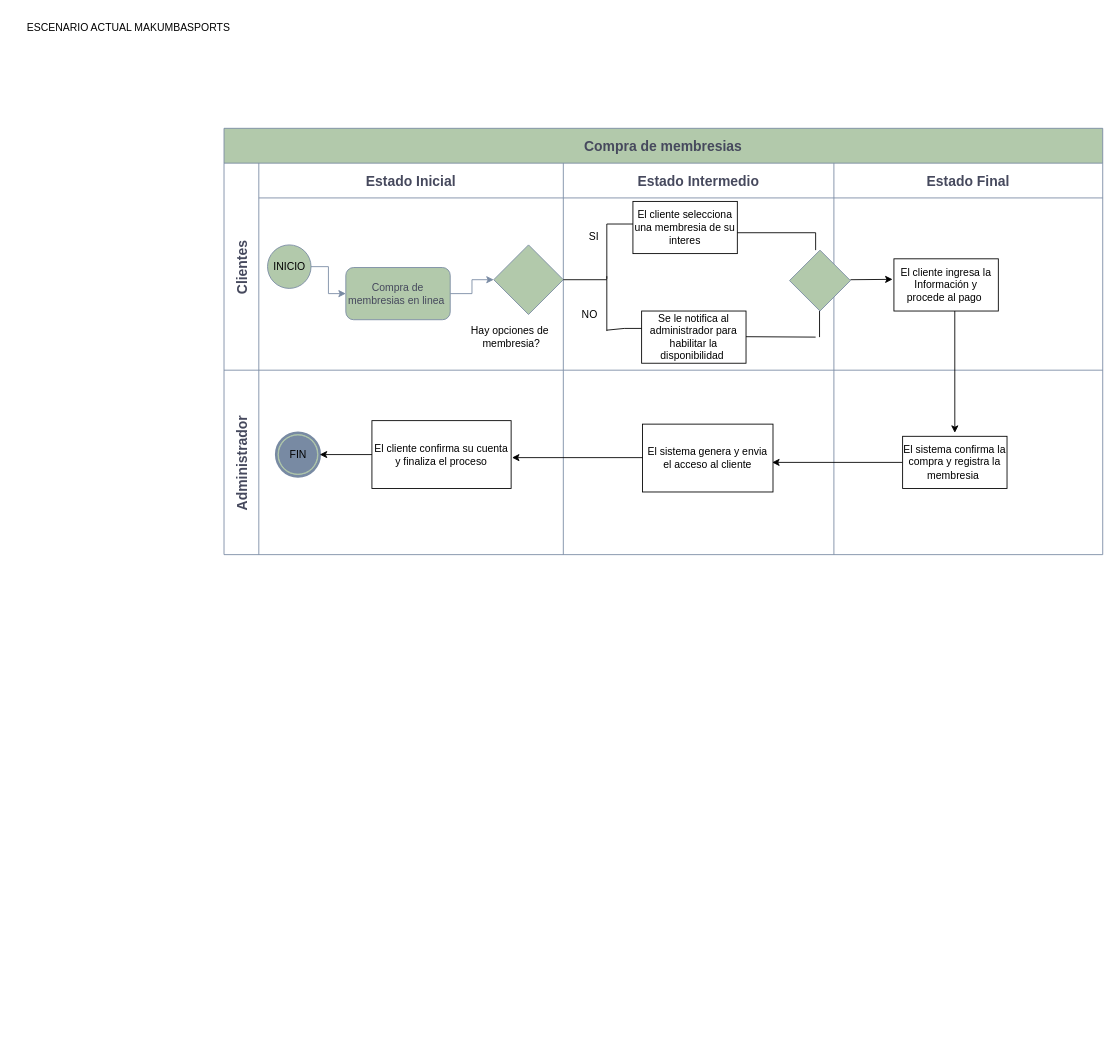
Above: page "MODELO BOMN-ACTUAL" (1 of 5) of 1.Planear/MAKUMBASPORTS.drawio in Ale-pool/MAKUMBASPORTS (draw.io), before the change. Source tidied: cells renumbered, new cells numbered last; positions are measured from the earlier drawing's top-left corner, leaving out a move shared by most shapes. Both pictures are drawn from the tidied source at 87%, with x=0, y=0 at pixel (15, 15).
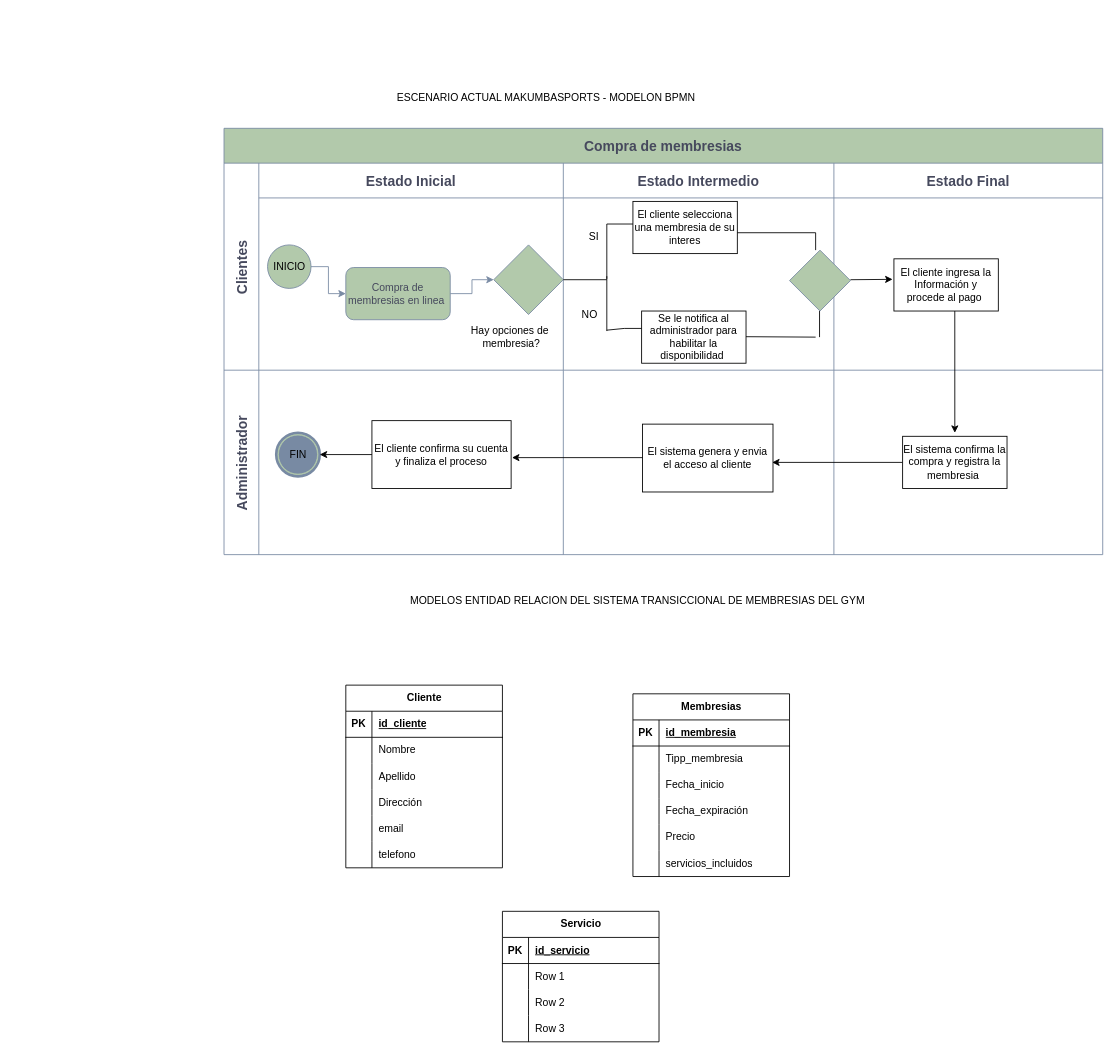
Above is the later version.

Commit message (it also covers changes not shown here):
desarrollo de diferentes arquictecturas

Diff of the diagram source:
```diff
@@
-    <mxCell id="2" value="ESCENARIO ACTUAL MAKUMBASPORTS" style="text;html=1;align=center;verticalAlign=middle;strokeColor=none;fillColor=none;" parent="1" vertex="1">
-      <mxGeometry width="260" height="30" as="geometry" />
+    <mxCell id="2" value="ESCENARIO ACTUAL MAKUMBASPORTS - MODELON BPMN" style="text;html=1;align=center;verticalAlign=middle;strokeColor=none;fillColor=none;" parent="1" vertex="1">
+      <mxGeometry x="425" y="80" width="370" height="30" as="geometry" />
     </mxCell>
@@
+    <mxCell id="44" value="MODELOS ENTIDAD RELACION DEL SISTEMA TRANSICCIONAL DE MEMBRESIAS DEL GYM&lt;div&gt;&lt;br&gt;&lt;/div&gt;" style="text;html=1;align=center;verticalAlign=middle;strokeColor=none;fillColor=none;" parent="1" vertex="1">
+      <mxGeometry x="440" y="660" width="550" height="40" as="geometry" />
+    </mxCell>
+    <mxCell id="45" value="Cliente" style="shape=table;startSize=30;childLayout=tableLayout;rowLines=0;fontStyle=1;align=center;html=1;" parent="1" vertex="1">
+      <mxGeometry x="380" y="770" width="180" height="210" as="geometry" />
+    </mxCell>
+    <mxCell id="46" style="shape=tableRow;horizontal=0;startSize=0;swimlaneHead=0;swimlaneBody=0;fillColor=none;top=0;left=0;right=0;bottom=1;" parent="45" vertex="1">
+      <mxGeometry y="30" width="180" height="30" as="geometry" />
+    </mxCell>
+    <mxCell id="47" value="PK" style="shape=partialRectangle;fillColor=none;top=0;left=0;bottom=0;right=0;fontStyle=1;overflow=hidden;whiteSpace=wrap;html=1;" parent="46" vertex="1">
+      <mxGeometry width="30" height="30" as="geometry" />
+    </mxCell>
+    <mxCell id="48" value="id_cliente" style="shape=partialRectangle;fillColor=none;top=0;left=0;bottom=0;right=0;align=left;spacingLeft=6;fontStyle=5;overflow=hidden;whiteSpace=wrap;html=1;" parent="46" vertex="1">
+      <mxGeometry x="30" width="150" height="30" as="geometry" />
+    </mxCell>
+    <mxCell id="49" style="shape=tableRow;horizontal=0;startSize=0;swimlaneHead=0;swimlaneBody=0;fillColor=none;top=0;left=0;right=0;bottom=0;" parent="45" vertex="1">
+      <mxGeometry y="60" width="180" height="30" as="geometry" />
+    </mxCell>
+    <mxCell id="50" style="shape=partialRectangle;fillColor=none;top=0;left=0;bottom=0;right=0;overflow=hidden;whiteSpace=wrap;html=1;" parent="49" vertex="1">
+      <mxGeometry width="30" height="30" as="geometry" />
+    </mxCell>
+    <mxCell id="51" value="Nombre" style="shape=partialRectangle;fillColor=none;top=0;left=0;bottom=0;right=0;align=left;spacingLeft=6;overflow=hidden;whiteSpace=wrap;html=1;" parent="49" vertex="1">
+      <mxGeometry x="30" width="150" height="30" as="geometry" />
+    </mxCell>
+    <mxCell id="52" style="shape=tableRow;horizontal=0;startSize=0;swimlaneHead=0;swimlaneBody=0;fillColor=none;top=0;left=0;right=0;bottom=0;" parent="45" vertex="1">
+      <mxGeometry y="90" width="180" height="30" as="geometry" />
+    </mxCell>
+    <mxCell id="53" style="shape=partialRectangle;fillColor=none;top=0;left=0;bottom=0;right=0;overflow=hidden;whiteSpace=wrap;html=1;" parent="52" vertex="1">
+      <mxGeometry width="30" height="30" as="geometry" />
+    </mxCell>
+    <mxCell id="54" value="Apellido" style="shape=partialRectangle;fillColor=none;top=0;left=0;bottom=0;right=0;align=left;spacingLeft=6;overflow=hidden;whiteSpace=wrap;html=1;" parent="52" vertex="1">
+      <mxGeometry x="30" width="150" height="30" as="geometry" />
+    </mxCell>
+    <mxCell id="55" style="shape=tableRow;horizontal=0;startSize=0;swimlaneHead=0;swimlaneBody=0;fillColor=none;top=0;left=0;right=0;bottom=0;" parent="45" vertex="1">
+      <mxGeometry y="120" width="180" height="30" as="geometry" />
+    </mxCell>
+    <mxCell id="56" style="shape=partialRectangle;fillColor=none;top=0;left=0;bottom=0;right=0;overflow=hidden;whiteSpace=wrap;html=1;" parent="55" vertex="1">
+      <mxGeometry width="30" height="30" as="geometry" />
+    </mxCell>
+    <mxCell id="57" value="Dirección" style="shape=partialRectangle;fillColor=none;top=0;left=0;bottom=0;right=0;align=left;spacingLeft=6;overflow=hidden;whiteSpace=wrap;html=1;" parent="55" vertex="1">
+      <mxGeometry x="30" width="150" height="30" as="geometry" />
+    </mxCell>
+    <mxCell id="58" style="shape=tableRow;horizontal=0;startSize=0;swimlaneHead=0;swimlaneBody=0;fillColor=none;top=0;left=0;right=0;bottom=0;" parent="45" vertex="1">
+      <mxGeometry y="150" width="180" height="30" as="geometry" />
+    </mxCell>
+    <mxCell id="59" style="shape=partialRectangle;fillColor=none;top=0;left=0;bottom=0;right=0;overflow=hidden;whiteSpace=wrap;html=1;" parent="58" vertex="1">
+      <mxGeometry width="30" height="30" as="geometry" />
+    </mxCell>
+    <mxCell id="60" value="email" style="shape=partialRectangle;fillColor=none;top=0;left=0;bottom=0;right=0;align=left;spacingLeft=6;overflow=hidden;whiteSpace=wrap;html=1;" parent="58" vertex="1">
+      <mxGeometry x="30" width="150" height="30" as="geometry" />
+    </mxCell>
+    <mxCell id="61" style="shape=tableRow;horizontal=0;startSize=0;swimlaneHead=0;swimlaneBody=0;fillColor=none;top=0;left=0;right=0;bottom=0;" parent="45" vertex="1">
+      <mxGeometry y="180" width="180" height="30" as="geometry" />
+    </mxCell>
+    <mxCell id="62" style="shape=partialRectangle;fillColor=none;top=0;left=0;bottom=0;right=0;overflow=hidden;whiteSpace=wrap;html=1;" parent="61" vertex="1">
+      <mxGeometry width="30" height="30" as="geometry" />
+    </mxCell>
+    <mxCell id="63" value="telefono" style="shape=partialRectangle;fillColor=none;top=0;left=0;bottom=0;right=0;align=left;spacingLeft=6;overflow=hidden;whiteSpace=wrap;html=1;" parent="61" vertex="1">
+      <mxGeometry x="30" width="150" height="30" as="geometry" />
+    </mxCell>
+    <mxCell id="64" value="Membresias" style="shape=table;startSize=30;childLayout=tableLayout;rowLines=0;fontStyle=1;align=center;html=1;" parent="1" vertex="1">
+      <mxGeometry x="710" y="780" width="180" height="210" as="geometry" />
+    </mxCell>
+    <mxCell id="65" style="shape=tableRow;horizontal=0;startSize=0;swimlaneHead=0;swimlaneBody=0;fillColor=none;top=0;left=0;right=0;bottom=1;" parent="64" vertex="1">
+      <mxGeometry y="30" width="180" height="30" as="geometry" />
+    </mxCell>
+    <mxCell id="66" value="PK" style="shape=partialRectangle;fillColor=none;top=0;left=0;bottom=0;right=0;fontStyle=1;overflow=hidden;whiteSpace=wrap;html=1;" parent="65" vertex="1">
+      <mxGeometry width="30" height="30" as="geometry" />
+    </mxCell>
+    <mxCell id="67" value="id_membresia" style="shape=partialRectangle;fillColor=none;top=0;left=0;bottom=0;right=0;align=left;spacingLeft=6;fontStyle=5;overflow=hidden;whiteSpace=wrap;html=1;" parent="65" vertex="1">
+      <mxGeometry x="30" width="150" height="30" as="geometry" />
+    </mxCell>
+    <mxCell id="68" style="shape=tableRow;horizontal=0;startSize=0;swimlaneHead=0;swimlaneBody=0;fillColor=none;top=0;left=0;right=0;bottom=0;" parent="64" vertex="1">
+      <mxGeometry y="60" width="180" height="30" as="geometry" />
+    </mxCell>
+    <mxCell id="69" style="shape=partialRectangle;fillColor=none;top=0;left=0;bottom=0;right=0;overflow=hidden;whiteSpace=wrap;html=1;" parent="68" vertex="1">
+      <mxGeometry width="30" height="30" as="geometry" />
+    </mxCell>
+    <mxCell id="70" value="Tipp_membresia" style="shape=partialRectangle;fillColor=none;top=0;left=0;bottom=0;right=0;align=left;spacingLeft=6;overflow=hidden;whiteSpace=wrap;html=1;" parent="68" vertex="1">
+      <mxGeometry x="30" width="150" height="30" as="geometry" />
+    </mxCell>
+    <mxCell id="71" style="shape=tableRow;horizontal=0;startSize=0;swimlaneHead=0;swimlaneBody=0;fillColor=none;top=0;left=0;right=0;bottom=0;" parent="64" vertex="1">
+      <mxGeometry y="90" width="180" height="30" as="geometry" />
+    </mxCell>
+    <mxCell id="72" style="shape=partialRectangle;fillColor=none;top=0;left=0;bottom=0;right=0;overflow=hidden;whiteSpace=wrap;html=1;" parent="71" vertex="1">
+      <mxGeometry width="30" height="30" as="geometry" />
+    </mxCell>
+    <mxCell id="73" value="Fecha_inicio" style="shape=partialRectangle;fillColor=none;top=0;left=0;bottom=0;right=0;align=left;spacingLeft=6;overflow=hidden;whiteSpace=wrap;html=1;" parent="71" vertex="1">
+      <mxGeometry x="30" width="150" height="30" as="geometry" />
+    </mxCell>
+    <mxCell id="74" style="shape=tableRow;horizontal=0;startSize=0;swimlaneHead=0;swimlaneBody=0;fillColor=none;top=0;left=0;right=0;bottom=0;" parent="64" vertex="1">
+      <mxGeometry y="120" width="180" height="30" as="geometry" />
+    </mxCell>
+    <mxCell id="75" style="shape=partialRectangle;fillColor=none;top=0;left=0;bottom=0;right=0;overflow=hidden;whiteSpace=wrap;html=1;" parent="74" vertex="1">
+      <mxGeometry width="30" height="30" as="geometry" />
+    </mxCell>
+    <mxCell id="76" value="Fecha_expiración" style="shape=partialRectangle;fillColor=none;top=0;left=0;bottom=0;right=0;align=left;spacingLeft=6;overflow=hidden;whiteSpace=wrap;html=1;" parent="74" vertex="1">
+      <mxGeometry x="30" width="150" height="30" as="geometry" />
+    </mxCell>
+    <mxCell id="77" style="shape=tableRow;horizontal=0;startSize=0;swimlaneHead=0;swimlaneBody=0;fillColor=none;top=0;left=0;right=0;bottom=0;" parent="64" vertex="1">
+      <mxGeometry y="150" width="180" height="30" as="geometry" />
+    </mxCell>
+    <mxCell id="78" style="shape=partialRectangle;fillColor=none;top=0;left=0;bottom=0;right=0;overflow=hidden;whiteSpace=wrap;html=1;" parent="77" vertex="1">
+      <mxGeometry width="30" height="30" as="geometry" />
+    </mxCell>
+    <mxCell id="79" value="Precio" style="shape=partialRectangle;fillColor=none;top=0;left=0;bottom=0;right=0;align=left;spacingLeft=6;overflow=hidden;whiteSpace=wrap;html=1;" parent="77" vertex="1">
+      <mxGeometry x="30" width="150" height="30" as="geometry" />
+    </mxCell>
+    <mxCell id="80" style="shape=tableRow;horizontal=0;startSize=0;swimlaneHead=0;swimlaneBody=0;fillColor=none;top=0;left=0;right=0;bottom=0;" parent="64" vertex="1">
+      <mxGeometry y="180" width="180" height="30" as="geometry" />
+    </mxCell>
+    <mxCell id="81" style="shape=partialRectangle;fillColor=none;top=0;left=0;bottom=0;right=0;overflow=hidden;whiteSpace=wrap;html=1;" parent="80" vertex="1">
+      <mxGeometry width="30" height="30" as="geometry" />
+    </mxCell>
+    <mxCell id="82" value="servicios_incluidos" style="shape=partialRectangle;fillColor=none;top=0;left=0;bottom=0;right=0;align=left;spacingLeft=6;overflow=hidden;whiteSpace=wrap;html=1;" parent="80" vertex="1">
+      <mxGeometry x="30" width="150" height="30" as="geometry" />
+    </mxCell>
+    <mxCell id="83" value="Servicio" style="shape=table;startSize=30;childLayout=tableLayout;rowLines=0;fontStyle=1;align=center;html=1;" parent="1" vertex="1">
+      <mxGeometry x="560" y="1030" width="180" height="150" as="geometry" />
+    </mxCell>
+    <mxCell id="84" style="shape=tableRow;horizontal=0;startSize=0;swimlaneHead=0;swimlaneBody=0;fillColor=none;top=0;left=0;right=0;bottom=1;" parent="83" vertex="1">
+      <mxGeometry y="30" width="180" height="30" as="geometry" />
+    </mxCell>
+    <mxCell id="85" value="PK" style="shape=partialRectangle;fillColor=none;top=0;left=0;bottom=0;right=0;fontStyle=1;overflow=hidden;whiteSpace=wrap;html=1;" parent="84" vertex="1">
+      <mxGeometry width="30" height="30" as="geometry" />
+    </mxCell>
+    <mxCell id="86" value="id_servicio" style="shape=partialRectangle;fillColor=none;top=0;left=0;bottom=0;right=0;align=left;spacingLeft=6;fontStyle=5;overflow=hidden;whiteSpace=wrap;html=1;" parent="84" vertex="1">
+      <mxGeometry x="30" width="150" height="30" as="geometry" />
+    </mxCell>
+    <mxCell id="87" style="shape=tableRow;horizontal=0;startSize=0;swimlaneHead=0;swimlaneBody=0;fillColor=none;top=0;left=0;right=0;bottom=0;" parent="83" vertex="1">
+      <mxGeometry y="60" width="180" height="30" as="geometry" />
+    </mxCell>
+    <mxCell id="88" style="shape=partialRectangle;fillColor=none;top=0;left=0;bottom=0;right=0;overflow=hidden;whiteSpace=wrap;html=1;" parent="87" vertex="1">
+      <mxGeometry width="30" height="30" as="geometry" />
+    </mxCell>
+    <mxCell id="89" value="Row 1" style="shape=partialRectangle;fillColor=none;top=0;left=0;bottom=0;right=0;align=left;spacingLeft=6;overflow=hidden;whiteSpace=wrap;html=1;" parent="87" vertex="1">
+      <mxGeometry x="30" width="150" height="30" as="geometry" />
+    </mxCell>
+    <mxCell id="90" style="shape=tableRow;horizontal=0;startSize=0;swimlaneHead=0;swimlaneBody=0;fillColor=none;top=0;left=0;right=0;bottom=0;" parent="83" vertex="1">
+      <mxGeometry y="90" width="180" height="30" as="geometry" />
+    </mxCell>
+    <mxCell id="91" style="shape=partialRectangle;fillColor=none;top=0;left=0;bottom=0;right=0;overflow=hidden;whiteSpace=wrap;html=1;" parent="90" vertex="1">
+      <mxGeometry width="30" height="30" as="geometry" />
+    </mxCell>
+    <mxCell id="92" value="Row 2" style="shape=partialRectangle;fillColor=none;top=0;left=0;bottom=0;right=0;align=left;spacingLeft=6;overflow=hidden;whiteSpace=wrap;html=1;" parent="90" vertex="1">
+      <mxGeometry x="30" width="150" height="30" as="geometry" />
+    </mxCell>
+    <mxCell id="93" style="shape=tableRow;horizontal=0;startSize=0;swimlaneHead=0;swimlaneBody=0;fillColor=none;top=0;left=0;right=0;bottom=0;" parent="83" vertex="1">
+      <mxGeometry y="120" width="180" height="30" as="geometry" />
+    </mxCell>
+    <mxCell id="94" style="shape=partialRectangle;fillColor=none;top=0;left=0;bottom=0;right=0;overflow=hidden;whiteSpace=wrap;html=1;" parent="93" vertex="1">
+      <mxGeometry width="30" height="30" as="geometry" />
+    </mxCell>
+    <mxCell id="95" value="Row 3" style="shape=partialRectangle;fillColor=none;top=0;left=0;bottom=0;right=0;align=left;spacingLeft=6;overflow=hidden;whiteSpace=wrap;html=1;" parent="93" vertex="1">
+      <mxGeometry x="30" width="150" height="30" as="geometry" />
+    </mxCell>
```
